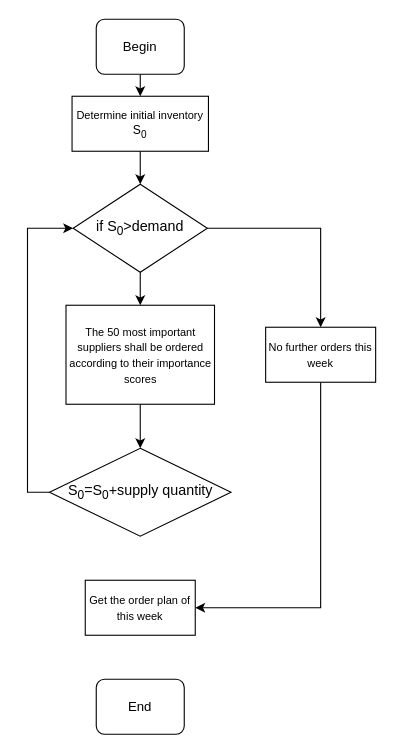
Earlier version of the draw.io diagram 20220104shumo.drawio (PhysicsZhang/KnowledgeGraph). Source tidied: cells renumbered, new cells numbered last; positions are measured from the earlier drawing's top-left corner, leaving out a move shared by most shapes. Both pictures are drawn from the tidied source at 110%, with x=0, y=0 at pixel (50, 19).
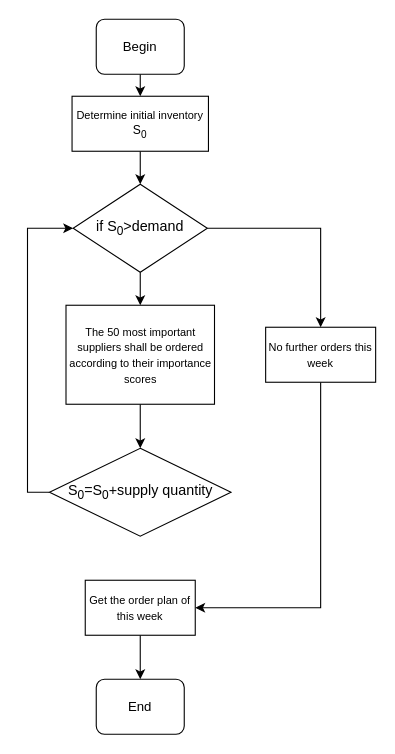
The same page after the edit.

The edit, as a diff of the source:
```diff
@@
 <mxGraphModel>
   <root>
     <mxCell id="0" />
     <mxCell id="1" parent="0" />
     <mxCell id="2" style="edgeStyle=orthogonalEdgeStyle;rounded=0;jettySize=auto;html=1;exitX=0.5;exitY=1;exitDx=0;exitDy=0;entryX=0.5;entryY=0;entryDx=0;entryDy=0;fontSize=13;" parent="1" edge="1" source="3" target="5">
       <mxGeometry relative="1" as="geometry" />
     </mxCell>
     <mxCell id="3" value="Begin" style="rounded=1;whiteSpace=wrap;html=1;" parent="1" vertex="1">
       <mxGeometry x="42" width="80" height="50" as="geometry" />
     </mxCell>
     <mxCell id="4" style="edgeStyle=orthogonalEdgeStyle;rounded=0;jettySize=auto;html=1;exitX=0.5;exitY=1;exitDx=0;exitDy=0;fontSize=12;" parent="1" edge="1" source="5" target="8">
       <mxGeometry relative="1" as="geometry" />
     </mxCell>
     <mxCell id="5" value="&lt;font size=&quot;1&quot;&gt;Determine initial inventory&lt;/font&gt;&lt;font style=&quot;font-size: 11px&quot;&gt; &lt;font style=&quot;font-size: 11px&quot;&gt;S&lt;/font&gt;&lt;font style=&quot;font-size: 11px&quot;&gt;&lt;sub&gt;0&lt;/sub&gt;&lt;/font&gt;&lt;/font&gt;" style="rounded=0;whiteSpace=wrap;html=1;" parent="1" vertex="1">
       <mxGeometry x="20" y="70" width="124" height="50" as="geometry" />
     </mxCell>
     <mxCell id="6" style="edgeStyle=orthogonalEdgeStyle;rounded=0;jettySize=auto;html=1;exitX=0.5;exitY=1;exitDx=0;exitDy=0;fontSize=12;" parent="1" edge="1" source="8" target="10">
       <mxGeometry relative="1" as="geometry" />
     </mxCell>
     <mxCell id="7" style="edgeStyle=orthogonalEdgeStyle;rounded=0;jettySize=auto;html=1;exitX=1;exitY=0.5;exitDx=0;exitDy=0;fontSize=12;" parent="1" edge="1" source="8" target="14">
       <mxGeometry relative="1" as="geometry" />
     </mxCell>
     <mxCell id="8" value="if S&lt;sub&gt;0&lt;/sub&gt;&amp;gt;demand&lt;sub&gt;&lt;br&gt;&lt;/sub&gt;" style="rhombus;whiteSpace=wrap;html=1;fontSize=13;align=center;" parent="1" vertex="1">
       <mxGeometry x="21" y="150" width="122" height="80" as="geometry" />
     </mxCell>
     <mxCell id="9" style="edgeStyle=orthogonalEdgeStyle;rounded=0;jettySize=auto;html=1;exitX=0.5;exitY=1;exitDx=0;exitDy=0;entryX=0.5;entryY=0;entryDx=0;entryDy=0;fontSize=12;" parent="1" edge="1" source="10" target="12">
       <mxGeometry relative="1" as="geometry" />
     </mxCell>
     <mxCell id="10" value="&lt;font size=&quot;1&quot;&gt;The 50 most important suppliers shall be ordered according to their importance scores&lt;/font&gt;" style="rounded=0;whiteSpace=wrap;html=1;" parent="1" vertex="1">
       <mxGeometry x="14.5" y="260" width="135" height="90" as="geometry" />
     </mxCell>
     <mxCell id="11" style="edgeStyle=orthogonalEdgeStyle;rounded=0;jettySize=auto;html=1;exitX=0;exitY=0.5;exitDx=0;exitDy=0;entryX=0;entryY=0.5;entryDx=0;entryDy=0;fontSize=12;" parent="1" edge="1" source="12" target="8">
       <mxGeometry relative="1" as="geometry" />
     </mxCell>
     <mxCell id="12" value="S&lt;sub&gt;0&lt;/sub&gt;=S&lt;sub&gt;0&lt;/sub&gt;+supply quantity&lt;sub&gt;&lt;br&gt;&lt;/sub&gt;" style="rhombus;whiteSpace=wrap;html=1;fontSize=13;align=center;" parent="1" vertex="1">
       <mxGeometry x="-0.5" y="390" width="165" height="80" as="geometry" />
     </mxCell>
     <mxCell id="13" style="edgeStyle=orthogonalEdgeStyle;rounded=0;jettySize=auto;html=1;exitX=0.5;exitY=1;exitDx=0;exitDy=0;entryX=1;entryY=0.5;entryDx=0;entryDy=0;fontSize=12;" parent="1" edge="1" source="14" target="15">
       <mxGeometry relative="1" as="geometry" />
     </mxCell>
     <mxCell id="14" value="&lt;font size=&quot;1&quot;&gt;No further orders this week&lt;/font&gt;" style="rounded=0;whiteSpace=wrap;html=1;" parent="1" vertex="1">
       <mxGeometry x="196" y="280" width="100" height="50" as="geometry" />
     </mxCell>
+    <mxCell id="17" style="edgeStyle=orthogonalEdgeStyle;rounded=0;jettySize=auto;html=1;exitX=0.5;exitY=1;exitDx=0;exitDy=0;fontSize=12;" parent="1" edge="1" source="15" target="16">
+      <mxGeometry relative="1" as="geometry" />
+    </mxCell>
     <mxCell id="15" value="&lt;font size=&quot;1&quot;&gt;Get the order plan of this week&lt;/font&gt;" style="rounded=0;whiteSpace=wrap;html=1;" parent="1" vertex="1">
       <mxGeometry x="32" y="510" width="100" height="50" as="geometry" />
     </mxCell>
     <mxCell id="16" value="End" style="rounded=1;whiteSpace=wrap;html=1;" parent="1" vertex="1">
       <mxGeometry x="42" y="600" width="80" height="50" as="geometry" />
     </mxCell>
   </root>
 </mxGraphModel>
```
